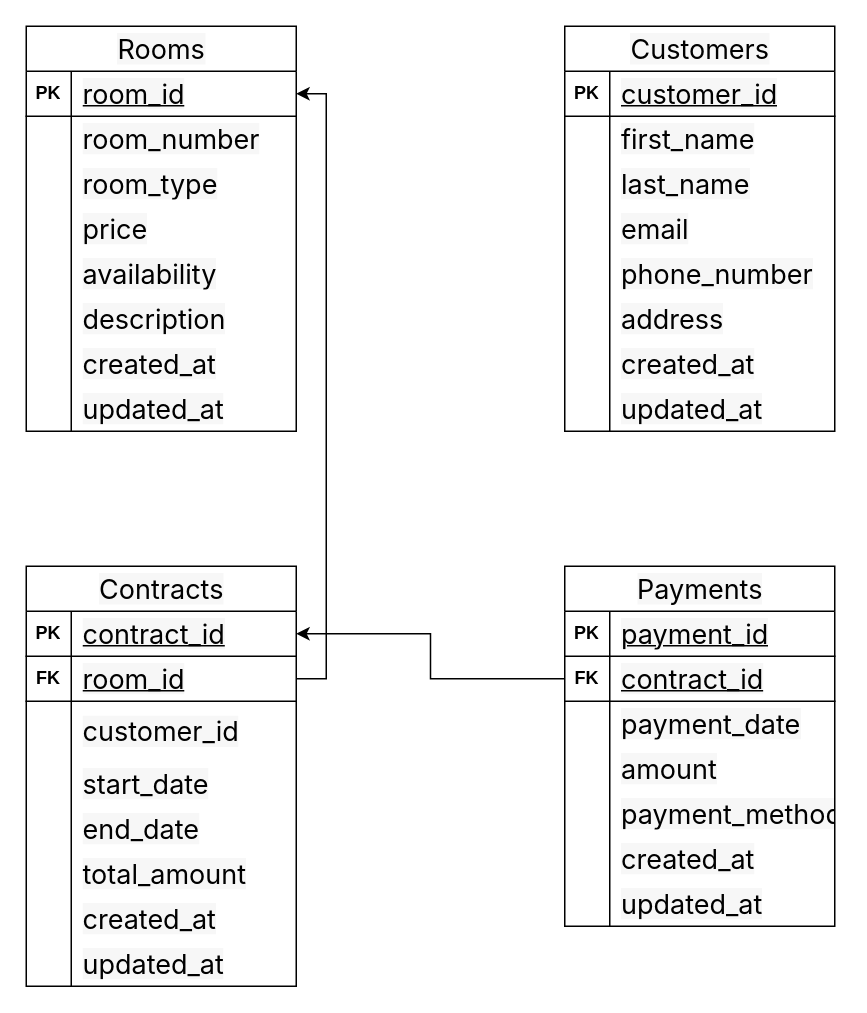
Above: QLPT.drawio in duongnguyen286/Diagram (draw.io), before the change. Source tidied: cells renumbered, new cells numbered last; positions are measured from the earlier drawing's top-left corner, leaving out a move shared by most shapes. Both pictures are drawn from the tidied source at 150%, with x=0, y=0 at pixel (26, 26).
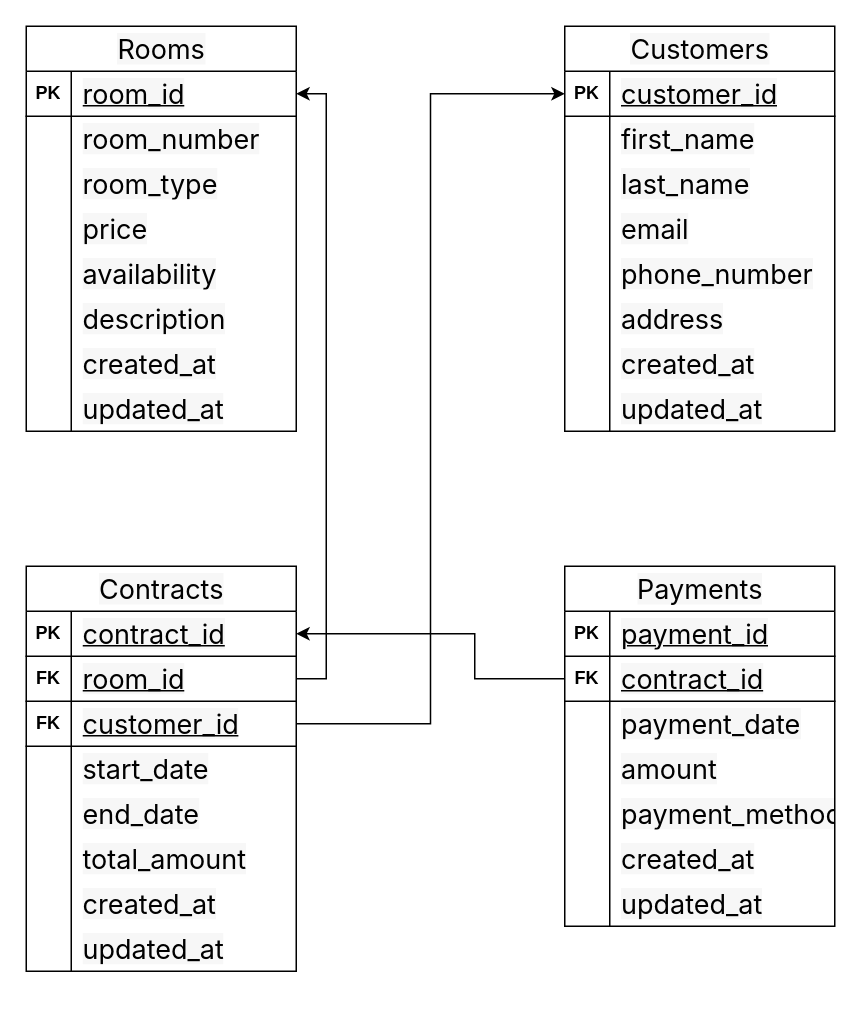
The same diagram, later.

Commit message (it also covers changes not shown here):
Cập nhật QLPT.drawio

Unchanged cells that the change refers to:
```xml
<mxCell id="28" style="shape=tableRow;horizontal=0;startSize=0;swimlaneHead=0;swimlaneBody=0;fillColor=none;points=[[0,0.5],[1,0.5]];portConstraint=eastwest;top=0;left=0;right=0;bottom=1;" parent="27" vertex="1">
  <mxGeometry y="30" width="180" height="30" as="geometry" />
</mxCell>
<mxCell id="53" style="shape=tableRow;horizontal=0;startSize=0;swimlaneHead=0;swimlaneBody=0;fillColor=none;points=[[0,0.5],[1,0.5]];portConstraint=eastwest;top=0;left=0;right=0;bottom=1;" parent="52" vertex="1">
  <mxGeometry y="30" width="180" height="30" as="geometry" />
</mxCell>
<mxCell id="81" style="shape=tableRow;horizontal=0;startSize=0;swimlaneHead=0;swimlaneBody=0;fillColor=none;points=[[0,0.5],[1,0.5]];portConstraint=eastwest;top=0;left=0;right=0;bottom=1;" parent="77" vertex="1">
  <mxGeometry y="60" width="180" height="30" as="geometry" />
</mxCell>
```

Diff of the diagram source:
```diff
@@
     <mxCell id="52" value="&lt;span style=&quot;font-family: -apple-system, system-ui, BlinkMacSystemFont, &amp;quot;Segoe UI&amp;quot;, Roboto, Oxygen-Sans, Ubuntu, Cantarell, &amp;quot;Helvetica Neue&amp;quot;, sans-serif; font-size: 18px; font-weight: 400; text-align: left; text-wrap: wrap; background-color: rgb(247, 247, 247);&quot;&gt;Contracts&lt;/span&gt;" style="shape=table;startSize=30;childLayout=tableLayout;rowLines=0;fontStyle=1;align=center;html=1;" parent="1" vertex="1">
-      <mxGeometry y="360" width="180" height="280" as="geometry" />
+      <mxGeometry y="360" width="180" height="270" as="geometry" />
     </mxCell>
@@
-    <mxCell id="59" style="shape=tableRow;horizontal=0;startSize=0;swimlaneHead=0;swimlaneBody=0;fillColor=none;top=0;left=0;right=0;bottom=0;" parent="52" vertex="1">
-      <mxGeometry y="90" width="180" height="40" as="geometry" />
-    </mxCell>
-    <mxCell id="60" style="shape=partialRectangle;fillColor=none;top=0;left=0;bottom=0;right=0;overflow=hidden;whiteSpace=wrap;html=1;" parent="59" vertex="1">
-      <mxGeometry width="30" height="40" as="geometry" />
-    </mxCell>
+    <mxCell id="101" style="shape=tableRow;horizontal=0;startSize=0;swimlaneHead=0;swimlaneBody=0;fillColor=none;points=[[0,0.5],[1,0.5]];portConstraint=eastwest;top=0;left=0;right=0;bottom=1;" parent="52" vertex="1">
+      <mxGeometry y="90" width="180" height="30" as="geometry" />
+    </mxCell>
+    <mxCell id="102" value="FK" style="shape=partialRectangle;fillColor=none;top=0;left=0;bottom=0;right=0;fontStyle=1;overflow=hidden;whiteSpace=wrap;html=1;" parent="101" vertex="1">
+      <mxGeometry width="30" height="30" as="geometry" />
+    </mxCell>
-    <mxCell id="61" value="&lt;span style=&quot;font-family: -apple-system, system-ui, BlinkMacSystemFont, &amp;quot;Segoe UI&amp;quot;, Roboto, Oxygen-Sans, Ubuntu, Cantarell, &amp;quot;Helvetica Neue&amp;quot;, sans-serif; font-size: 18px; background-color: rgb(247, 247, 247);&quot;&gt;customer_id&lt;/span&gt;" style="shape=partialRectangle;fillColor=none;top=0;left=0;bottom=0;right=0;align=left;spacingLeft=6;overflow=hidden;whiteSpace=wrap;html=1;" parent="59" vertex="1">
-      <mxGeometry x="30" width="150" height="40" as="geometry" />
+    <mxCell id="61" value="&lt;span style=&quot;font-family: -apple-system, system-ui, BlinkMacSystemFont, &amp;quot;Segoe UI&amp;quot;, Roboto, Oxygen-Sans, Ubuntu, Cantarell, &amp;quot;Helvetica Neue&amp;quot;, sans-serif; font-size: 18px; font-weight: 400; background-color: rgb(247, 247, 247);&quot;&gt;customer_id&lt;/span&gt;" style="shape=partialRectangle;fillColor=none;top=0;left=0;bottom=0;right=0;align=left;spacingLeft=6;fontStyle=5;overflow=hidden;whiteSpace=wrap;html=1;" parent="101" vertex="1">
+      <mxGeometry x="30" width="150" height="30" as="geometry" />
     </mxCell>
     <mxCell id="62" style="shape=tableRow;horizontal=0;startSize=0;swimlaneHead=0;swimlaneBody=0;fillColor=none;top=0;left=0;right=0;bottom=0;" parent="52" vertex="1">
-      <mxGeometry y="130" width="180" height="30" as="geometry" />
+      <mxGeometry y="120" width="180" height="30" as="geometry" />
     </mxCell>
@@
     <mxCell id="65" style="shape=tableRow;horizontal=0;startSize=0;swimlaneHead=0;swimlaneBody=0;fillColor=none;top=0;left=0;right=0;bottom=0;" parent="52" vertex="1">
-      <mxGeometry y="160" width="180" height="30" as="geometry" />
+      <mxGeometry y="150" width="180" height="30" as="geometry" />
     </mxCell>
@@
     <mxCell id="68" style="shape=tableRow;horizontal=0;startSize=0;swimlaneHead=0;swimlaneBody=0;fillColor=none;top=0;left=0;right=0;bottom=0;" parent="52" vertex="1">
-      <mxGeometry y="190" width="180" height="30" as="geometry" />
+      <mxGeometry y="180" width="180" height="30" as="geometry" />
     </mxCell>
@@
     <mxCell id="71" style="shape=tableRow;horizontal=0;startSize=0;swimlaneHead=0;swimlaneBody=0;fillColor=none;top=0;left=0;right=0;bottom=0;" parent="52" vertex="1">
-      <mxGeometry y="220" width="180" height="30" as="geometry" />
+      <mxGeometry y="210" width="180" height="30" as="geometry" />
     </mxCell>
@@
     <mxCell id="74" style="shape=tableRow;horizontal=0;startSize=0;swimlaneHead=0;swimlaneBody=0;fillColor=none;top=0;left=0;right=0;bottom=0;" parent="52" vertex="1">
-      <mxGeometry y="250" width="180" height="30" as="geometry" />
+      <mxGeometry y="240" width="180" height="30" as="geometry" />
     </mxCell>
@@
     <mxCell id="100" style="edgeStyle=orthogonalEdgeStyle;rounded=0;jettySize=auto;html=1;entryX=1;entryY=0.5;entryDx=0;entryDy=0;" parent="1" edge="1" source="81" target="53">
-      <mxGeometry relative="1" as="geometry" />
+      <mxGeometry relative="1" as="geometry">
+        <Array as="points">
+          <mxPoint x="299" y="435" />
+          <mxPoint x="299" y="405" />
+        </Array>
+      </mxGeometry>
     </mxCell>
+    <mxCell id="103" style="edgeStyle=orthogonalEdgeStyle;rounded=0;jettySize=auto;html=1;" parent="1" edge="1" source="101" target="28">
+      <mxGeometry relative="1" as="geometry" />
+    </mxCell>
```
